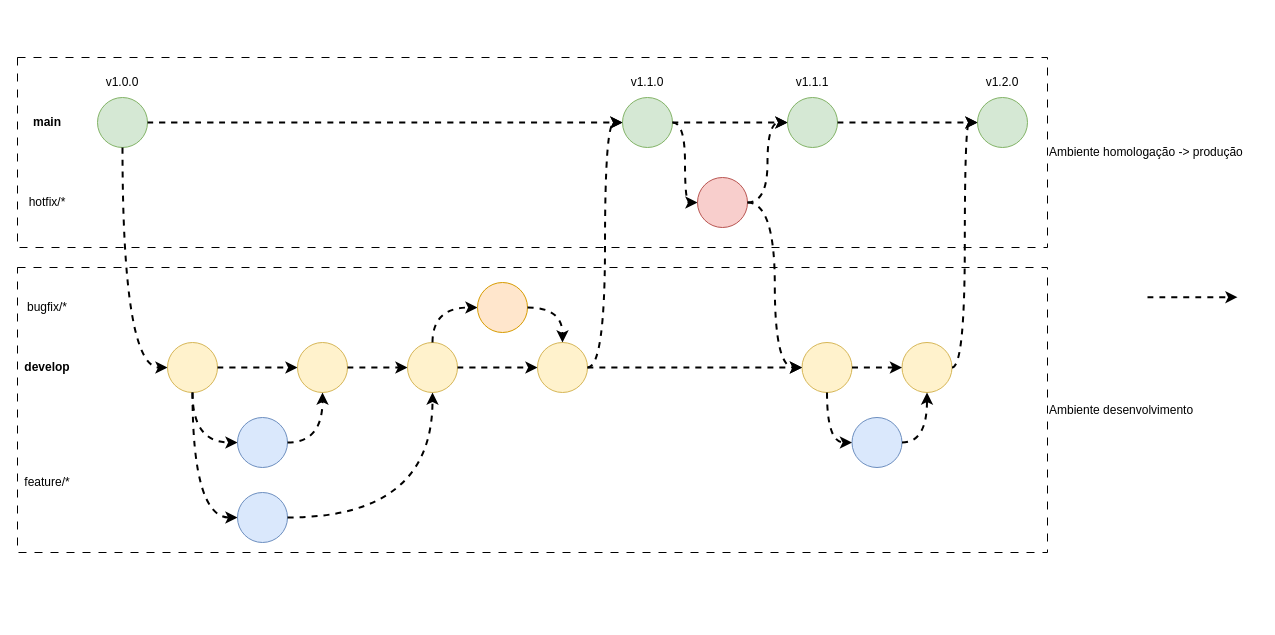
Above: drawio/definição do fluxo de trabalho git.drawio in vitorecdias/drawio (draw.io), before the change. Source tidied: cells renumbered, new cells numbered last; positions are measured from the earlier drawing's top-left corner, leaving out a move shared by most shapes. Both pictures are drawn from the tidied source at 100%, with x=0, y=0 at pixel (17, 57).
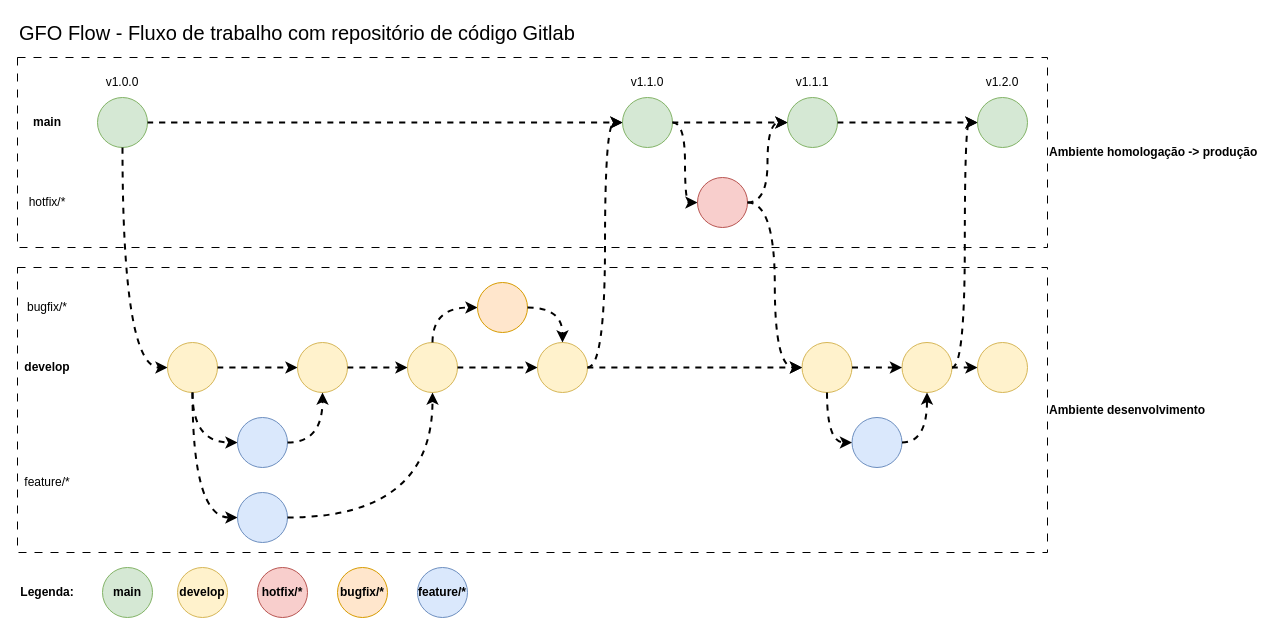
After the change.

The change refers to these unchanged cells:
```xml
<mxCell id="30" style="ellipse;whiteSpace=wrap;html=1;fillColor=#fff2cc;strokeColor=#d6b656;" parent="1" vertex="1">
  <mxGeometry x="884.5" y="285" width="50" height="50" as="geometry" />
</mxCell>
```

What changed in the source:
```diff
@@
-    <mxCell id="2" value="Ambiente homologação -&amp;gt; produção" style="rounded=0;whiteSpace=wrap;html=1;fillColor=none;dashed=1;dashPattern=8 8;labelPosition=right;verticalLabelPosition=middle;align=left;verticalAlign=middle;" parent="1" vertex="1">
+    <mxCell id="2" value="&lt;b&gt;Ambiente homologação -&amp;gt; produção&lt;/b&gt;" style="rounded=0;whiteSpace=wrap;html=1;fillColor=none;dashed=1;dashPattern=8 8;labelPosition=right;verticalLabelPosition=middle;align=left;verticalAlign=middle;" parent="1" vertex="1">
       <mxGeometry width="1030" height="190" as="geometry" />
     </mxCell>
-    <mxCell id="3" value="Ambiente desenvolvimento" style="rounded=0;whiteSpace=wrap;html=1;fillColor=none;dashed=1;dashPattern=8 8;labelPosition=right;verticalLabelPosition=middle;align=left;verticalAlign=middle;" parent="1" vertex="1">
+    <mxCell id="3" value="&lt;b&gt;Ambiente desenvolvimento&lt;/b&gt;" style="rounded=0;whiteSpace=wrap;html=1;fillColor=none;dashed=1;dashPattern=8 8;labelPosition=right;verticalLabelPosition=middle;align=left;verticalAlign=middle;" parent="1" vertex="1">
       <mxGeometry y="210" width="1030" height="285" as="geometry" />
     </mxCell>
@@
-    <mxCell id="8" style="endArrow=classic;html=1;rounded=0;exitX=1;exitY=0.5;exitDx=0;exitDy=0;edgeStyle=orthogonalEdgeStyle;curved=1;strokeWidth=2;dashed=1;" parent="1" edge="1">
-      <mxGeometry relative="1" as="geometry">
-        <mxPoint x="1130" y="239.7" as="sourcePoint" />
-        <mxPoint x="1220" y="239.7" as="targetPoint" />
-      </mxGeometry>
-    </mxCell>
@@
+    <mxCell id="51" value="&lt;b&gt;main&lt;/b&gt;" style="ellipse;whiteSpace=wrap;html=1;fillColor=#d5e8d4;strokeColor=#82b366;" parent="1" vertex="1">
+      <mxGeometry x="85" y="510" width="50" height="50" as="geometry" />
+    </mxCell>
+    <mxCell id="52" value="&lt;b&gt;hotfix/*&lt;/b&gt;" style="ellipse;whiteSpace=wrap;html=1;fillColor=#f8cecc;strokeColor=#b85450;" parent="1" vertex="1">
+      <mxGeometry x="240" y="510" width="50" height="50" as="geometry" />
+    </mxCell>
+    <mxCell id="53" value="&lt;b&gt;develop&lt;/b&gt;" style="ellipse;whiteSpace=wrap;html=1;fillColor=#fff2cc;strokeColor=#d6b656;" parent="1" vertex="1">
+      <mxGeometry x="160" y="510" width="50" height="50" as="geometry" />
+    </mxCell>
+    <mxCell id="54" value="&lt;b&gt;Legenda:&lt;/b&gt;" style="text;html=1;align=center;verticalAlign=middle;whiteSpace=wrap;rounded=0;" parent="1" vertex="1">
+      <mxGeometry y="520" width="60" height="30" as="geometry" />
+    </mxCell>
+    <mxCell id="55" value="&lt;b&gt;bugfix/*&lt;/b&gt;" style="ellipse;whiteSpace=wrap;html=1;fillColor=#ffe6cc;strokeColor=#d79b00;" parent="1" vertex="1">
+      <mxGeometry x="320" y="510" width="50" height="50" as="geometry" />
+    </mxCell>
+    <mxCell id="56" value="&lt;b&gt;feature/*&lt;/b&gt;" style="ellipse;whiteSpace=wrap;html=1;fillColor=#dae8fc;strokeColor=#6c8ebf;" parent="1" vertex="1">
+      <mxGeometry x="400" y="510" width="50" height="50" as="geometry" />
+    </mxCell>
+    <mxCell id="57" style="ellipse;whiteSpace=wrap;html=1;fillColor=#fff2cc;strokeColor=#d6b656;" parent="1" vertex="1">
+      <mxGeometry x="960" y="285" width="50" height="50" as="geometry" />
+    </mxCell>
+    <mxCell id="58" style="endArrow=classic;html=1;rounded=0;exitX=1;exitY=0.5;exitDx=0;exitDy=0;edgeStyle=orthogonalEdgeStyle;curved=1;strokeWidth=2;dashed=1;entryX=0;entryY=0.5;entryDx=0;entryDy=0;" parent="1" edge="1" source="30" target="57">
+      <mxGeometry relative="1" as="geometry" />
+    </mxCell>
+    <mxCell id="59" value="&lt;font style=&quot;font-size: 20px;&quot;&gt;GFO Flow - Fluxo de trabalho com repositório de código Gitlab&lt;/font&gt;" style="text;html=1;align=left;verticalAlign=middle;whiteSpace=wrap;rounded=0;" parent="1" vertex="1">
+      <mxGeometry y="-40" width="570" height="30" as="geometry" />
+    </mxCell>
```
